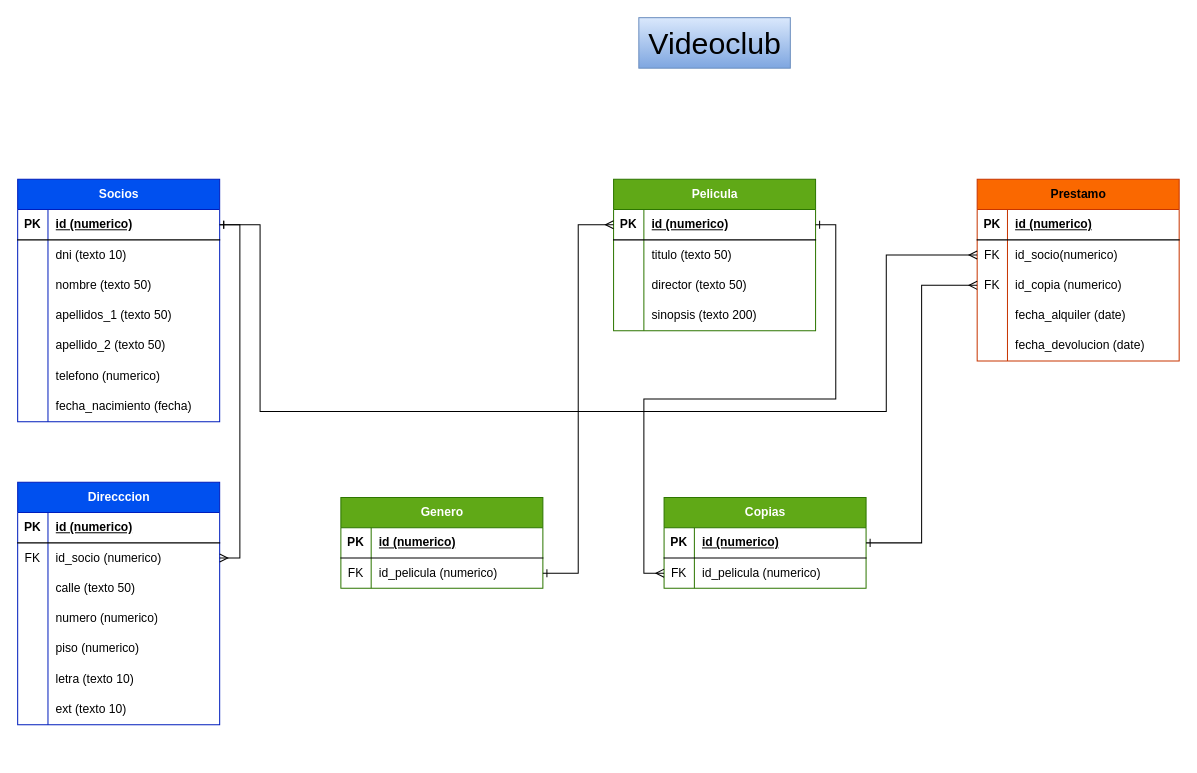
Above: videoclub.drawio in HLozano87/modelado-practice (draw.io), before the change. Source tidied: cells renumbered, new cells numbered last; positions are measured from the earlier drawing's top-left corner, leaving out a move shared by most shapes. Both pictures are drawn from the tidied source at 101%, with x=0, y=0 at pixel (17, 17).
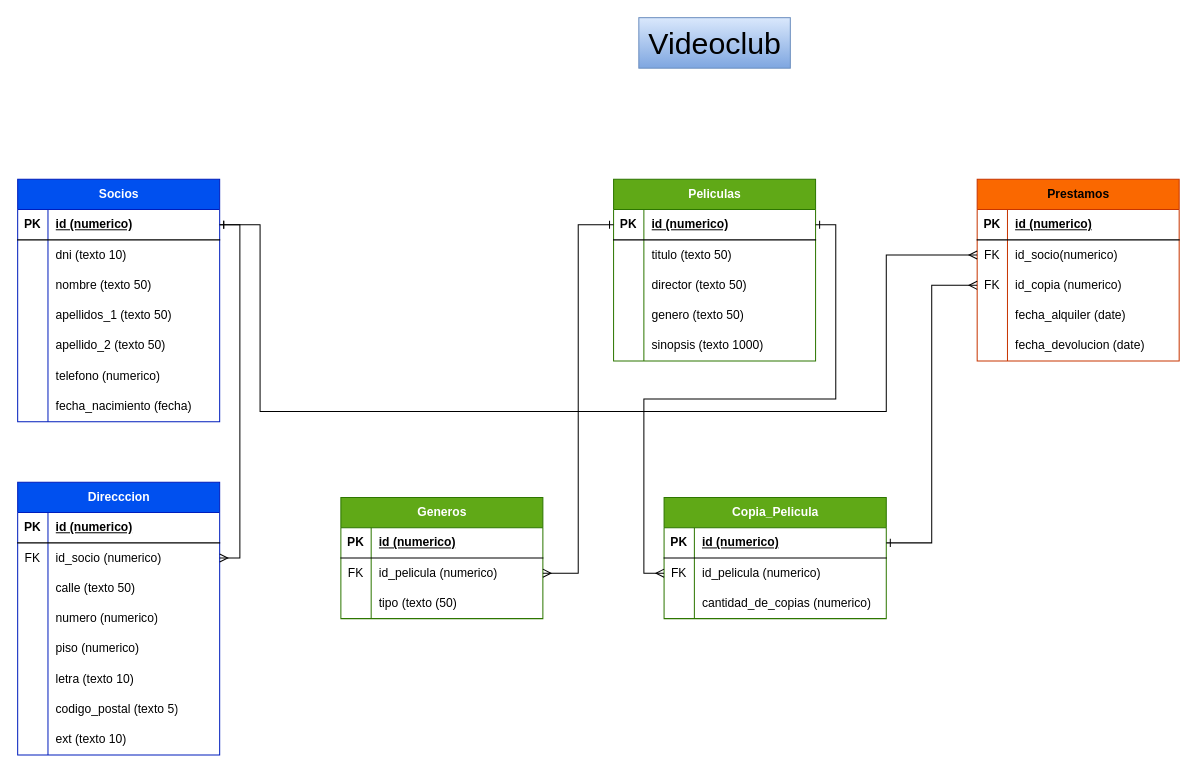
After the change.

Commit message (it also covers changes not shown here):
feat: proyecto de modelado de datos del videoclub

The change refers to these unchanged cells:
```xml
<mxCell id="48" style="shape=tableRow;horizontal=0;startSize=0;swimlaneHead=0;swimlaneBody=0;fillColor=none;points=[[0,0.5],[1,0.5]];portConstraint=eastwest;top=0;left=0;right=0;bottom=1;" parent="47" vertex="1">
  <mxGeometry y="30" width="200" height="30" as="geometry" />
</mxCell>
<mxCell id="90" style="shape=tableRow;horizontal=0;startSize=0;swimlaneHead=0;swimlaneBody=0;fillColor=none;points=[[0,0.5],[1,0.5]];portConstraint=eastwest;top=0;left=0;right=0;bottom=0;" parent="86" vertex="1">
  <mxGeometry y="60" width="200" height="30" as="geometry" />
</mxCell>
```

Change to the diagram source:
```diff
@@
     <mxCell id="24" value="Direcccion" style="shape=table;startSize=30;childLayout=tableLayout;rowLines=0;fontStyle=1;align=center;html=1;fillColor=#0050ef;fontColor=#ffffff;strokeColor=#001DBC;" parent="1" vertex="1">
-      <mxGeometry y="460" width="200" height="240" as="geometry" />
+      <mxGeometry y="460" width="200" height="270" as="geometry" />
     </mxCell>
@@
+    <mxCell id="95" style="shape=tableRow;horizontal=0;startSize=0;swimlaneHead=0;swimlaneBody=0;fillColor=none;top=0;left=0;right=0;bottom=0;" parent="24" vertex="1">
+      <mxGeometry y="210" width="200" height="30" as="geometry" />
+    </mxCell>
+    <mxCell id="96" style="shape=partialRectangle;fillColor=none;top=0;left=0;bottom=0;right=0;overflow=hidden;whiteSpace=wrap;html=1;" parent="95" vertex="1">
+      <mxGeometry width="30" height="30" as="geometry" />
+    </mxCell>
+    <mxCell id="97" value="codigo_postal (texto 5)" style="shape=partialRectangle;fillColor=none;top=0;left=0;bottom=0;right=0;align=left;spacingLeft=6;overflow=hidden;whiteSpace=wrap;html=1;" parent="95" vertex="1">
+      <mxGeometry x="30" width="170" height="30" as="geometry" />
+    </mxCell>
     <mxCell id="43" style="shape=tableRow;horizontal=0;startSize=0;swimlaneHead=0;swimlaneBody=0;fillColor=none;top=0;left=0;right=0;bottom=0;" parent="24" vertex="1">
-      <mxGeometry y="210" width="200" height="30" as="geometry" />
+      <mxGeometry y="240" width="200" height="30" as="geometry" />
     </mxCell>
@@
-    <mxCell id="47" value="Pelicula" style="shape=table;startSize=30;childLayout=tableLayout;rowLines=0;fontStyle=1;align=center;html=1;fillColor=#60a917;fontColor=#ffffff;strokeColor=#2D7600;shadow=0;swimlaneFillColor=none;gradientColor=none;" parent="1" vertex="1">
-      <mxGeometry x="590" y="160" width="200" height="150" as="geometry" />
+    <mxCell id="47" value="Peliculas" style="shape=table;startSize=30;childLayout=tableLayout;rowLines=0;fontStyle=1;align=center;html=1;fillColor=#60a917;fontColor=#ffffff;strokeColor=#2D7600;shadow=0;swimlaneFillColor=none;gradientColor=none;" parent="1" vertex="1">
+      <mxGeometry x="590" y="160" width="200" height="180" as="geometry" />
     </mxCell>
@@
+    <mxCell id="98" style="shape=tableRow;horizontal=0;startSize=0;swimlaneHead=0;swimlaneBody=0;fillColor=none;top=0;left=0;right=0;bottom=0;" parent="47" vertex="1">
+      <mxGeometry y="120" width="200" height="30" as="geometry" />
+    </mxCell>
+    <mxCell id="99" style="shape=partialRectangle;fillColor=none;top=0;left=0;bottom=0;right=0;overflow=hidden;whiteSpace=wrap;html=1;" parent="98" vertex="1">
+      <mxGeometry width="30" height="30" as="geometry" />
+    </mxCell>
+    <mxCell id="100" value="genero (texto 50)" style="shape=partialRectangle;fillColor=none;top=0;left=0;bottom=0;right=0;align=left;spacingLeft=6;overflow=hidden;whiteSpace=wrap;html=1;" parent="98" vertex="1">
+      <mxGeometry x="30" width="170" height="30" as="geometry" />
+    </mxCell>
     <mxCell id="57" style="shape=tableRow;horizontal=0;startSize=0;swimlaneHead=0;swimlaneBody=0;fillColor=none;top=0;left=0;right=0;bottom=0;" parent="47" vertex="1">
-      <mxGeometry y="120" width="200" height="30" as="geometry" />
+      <mxGeometry y="150" width="200" height="30" as="geometry" />
     </mxCell>
@@
-    <mxCell id="59" value="sinopsis (texto 200)" style="shape=partialRectangle;fillColor=none;top=0;left=0;bottom=0;right=0;align=left;spacingLeft=6;overflow=hidden;whiteSpace=wrap;html=1;" parent="57" vertex="1">
+    <mxCell id="59" value="sinopsis (texto 1000)" style="shape=partialRectangle;fillColor=none;top=0;left=0;bottom=0;right=0;align=left;spacingLeft=6;overflow=hidden;whiteSpace=wrap;html=1;" parent="57" vertex="1">
       <mxGeometry x="30" width="170" height="30" as="geometry" />
     </mxCell>
-    <mxCell id="60" value="Prestamo" style="shape=table;startSize=30;childLayout=tableLayout;rowLines=0;fontStyle=1;align=center;html=1;fillColor=#fa6800;strokeColor=#C73500;fontColor=#000000;" parent="1" vertex="1">
+    <mxCell id="60" value="Prestamos" style="shape=table;startSize=30;childLayout=tableLayout;rowLines=0;fontStyle=1;align=center;html=1;fillColor=#fa6800;strokeColor=#C73500;fontColor=#000000;" parent="1" vertex="1">
       <mxGeometry x="950" y="160" width="200" height="180" as="geometry" />
     </mxCell>
@@
-    <mxCell id="76" value="Copias" style="shape=table;startSize=30;childLayout=tableLayout;rowLines=0;fontStyle=1;align=center;html=1;fillColor=#60a917;fontColor=#ffffff;strokeColor=#2D7600;shadow=0;swimlaneFillColor=none;gradientColor=none;" parent="1" vertex="1">
-      <mxGeometry x="640" y="475" width="200" height="90" as="geometry" />
+    <mxCell id="76" value="Copia_Pelicula" style="shape=table;startSize=30;childLayout=tableLayout;rowLines=0;fontStyle=1;align=center;html=1;fillColor=#60a917;fontColor=#ffffff;strokeColor=#2D7600;shadow=0;swimlaneFillColor=none;gradientColor=none;" parent="1" vertex="1">
+      <mxGeometry x="640" y="475" width="220" height="120" as="geometry" />
     </mxCell>
     <mxCell id="77" style="shape=tableRow;horizontal=0;startSize=0;swimlaneHead=0;swimlaneBody=0;fillColor=none;points=[[0,0.5],[1,0.5]];portConstraint=eastwest;top=0;left=0;right=0;bottom=1;" parent="76" vertex="1">
-      <mxGeometry y="30" width="200" height="30" as="geometry" />
+      <mxGeometry y="30" width="220" height="30" as="geometry" />
     </mxCell>
@@
     <mxCell id="79" value="id (numerico)" style="shape=partialRectangle;fillColor=none;top=0;left=0;bottom=0;right=0;align=left;spacingLeft=6;fontStyle=5;overflow=hidden;whiteSpace=wrap;html=1;" parent="77" vertex="1">
-      <mxGeometry x="30" width="170" height="30" as="geometry" />
+      <mxGeometry x="30" width="190" height="30" as="geometry" />
     </mxCell>
     <mxCell id="80" style="shape=tableRow;horizontal=0;startSize=0;swimlaneHead=0;swimlaneBody=0;fillColor=none;points=[[0,0.5],[1,0.5]];portConstraint=eastwest;top=0;left=0;right=0;bottom=0;" parent="76" vertex="1">
-      <mxGeometry y="60" width="200" height="30" as="geometry" />
+      <mxGeometry y="60" width="220" height="30" as="geometry" />
     </mxCell>
@@
     <mxCell id="82" value="id_pelicula (numerico)" style="shape=partialRectangle;fillColor=none;top=0;left=0;bottom=0;right=0;align=left;spacingLeft=6;overflow=hidden;whiteSpace=wrap;html=1;" parent="80" vertex="1">
-      <mxGeometry x="30" width="170" height="30" as="geometry" />
+      <mxGeometry x="30" width="190" height="30" as="geometry" />
     </mxCell>
+    <mxCell id="101" style="shape=tableRow;horizontal=0;startSize=0;swimlaneHead=0;swimlaneBody=0;fillColor=none;top=0;left=0;right=0;bottom=0;" parent="76" vertex="1">
+      <mxGeometry y="90" width="220" height="30" as="geometry" />
+    </mxCell>
+    <mxCell id="102" style="shape=partialRectangle;fillColor=none;top=0;left=0;bottom=0;right=0;overflow=hidden;whiteSpace=wrap;html=1;" parent="101" vertex="1">
+      <mxGeometry width="30" height="30" as="geometry" />
+    </mxCell>
+    <mxCell id="103" value="cantidad_de_copias (numerico)" style="shape=partialRectangle;fillColor=none;top=0;left=0;bottom=0;right=0;align=left;spacingLeft=6;overflow=hidden;whiteSpace=wrap;html=1;" parent="101" vertex="1">
+      <mxGeometry x="30" width="190" height="30" as="geometry" />
+    </mxCell>
@@
-    <mxCell id="86" value="Genero" style="shape=table;startSize=30;childLayout=tableLayout;rowLines=0;fontStyle=1;align=center;html=1;fillColor=#60a917;fontColor=#ffffff;strokeColor=#2D7600;shadow=0;swimlaneFillColor=none;gradientColor=none;" parent="1" vertex="1">
-      <mxGeometry x="320" y="475" width="200" height="90" as="geometry" />
+    <mxCell id="86" value="Generos" style="shape=table;startSize=30;childLayout=tableLayout;rowLines=0;fontStyle=1;align=center;html=1;fillColor=#60a917;fontColor=#ffffff;strokeColor=#2D7600;shadow=0;swimlaneFillColor=none;gradientColor=none;" parent="1" vertex="1">
+      <mxGeometry x="320" y="475" width="200" height="120" as="geometry" />
     </mxCell>
@@
-    <mxCell id="93" style="edgeStyle=orthogonalEdgeStyle;rounded=0;jettySize=auto;html=1;endArrow=ERmany;endFill=0;startArrow=ERone;startFill=0;" parent="1" edge="1" source="90" target="48">
-      <mxGeometry relative="1" as="geometry" />
-    </mxCell>
+    <mxCell id="104" style="shape=tableRow;horizontal=0;startSize=0;swimlaneHead=0;swimlaneBody=0;fillColor=none;top=0;left=0;right=0;bottom=0;" parent="86" vertex="1">
+      <mxGeometry y="90" width="200" height="30" as="geometry" />
+    </mxCell>
+    <mxCell id="105" style="shape=partialRectangle;fillColor=none;top=0;left=0;bottom=0;right=0;overflow=hidden;whiteSpace=wrap;html=1;" parent="104" vertex="1">
+      <mxGeometry width="30" height="30" as="geometry" />
+    </mxCell>
+    <mxCell id="106" value="tipo (texto (50)" style="shape=partialRectangle;fillColor=none;top=0;left=0;bottom=0;right=0;align=left;spacingLeft=6;overflow=hidden;whiteSpace=wrap;html=1;" parent="104" vertex="1">
+      <mxGeometry x="30" width="170" height="30" as="geometry" />
+    </mxCell>
@@
+    <mxCell id="107" style="edgeStyle=orthogonalEdgeStyle;rounded=0;jettySize=auto;html=1;entryX=1;entryY=0.5;entryDx=0;entryDy=0;endArrow=ERmany;endFill=0;startArrow=ERone;startFill=0;" parent="1" edge="1" source="48" target="90">
+      <mxGeometry relative="1" as="geometry" />
+    </mxCell>
```
